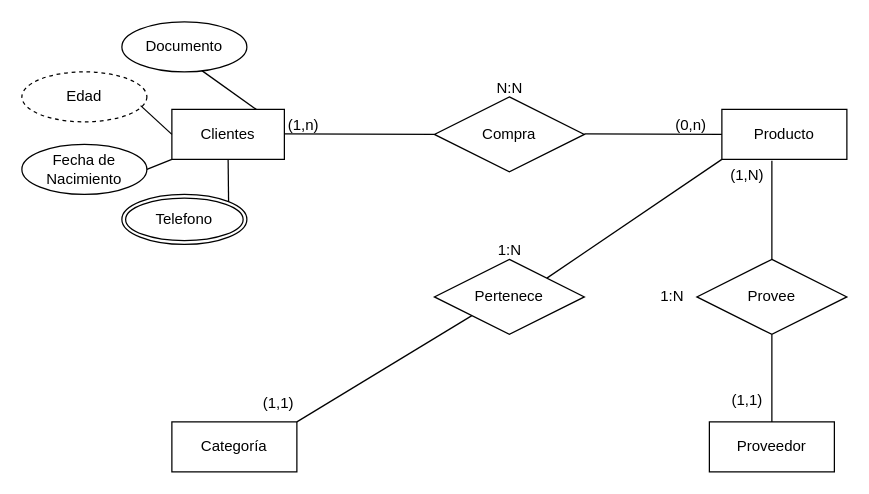
SebassX69/DiagramasDB keeps this draw.io diagram as DiagramaXerb.drawio. Above is the earlier version. Source tidied: cells renumbered, new cells numbered last; positions are measured from the earlier drawing's top-left corner, leaving out a move shared by most shapes. Both pictures are drawn from the tidied source at 125%, with x=0, y=0 at pixel (21, 21).
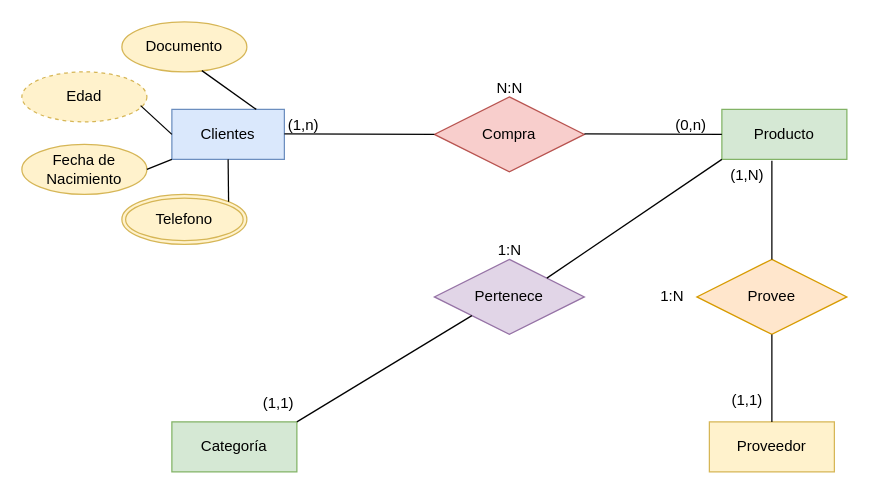
The same diagram, later.

Commit message:
Terminado con Colores

Diff of the diagram source:
```diff
@@
-    <mxCell id="2" value="Compra" style="shape=rhombus;perimeter=rhombusPerimeter;whiteSpace=wrap;html=1;align=center;" parent="1" vertex="1">
+    <mxCell id="2" value="Compra" style="shape=rhombus;perimeter=rhombusPerimeter;whiteSpace=wrap;html=1;align=center;fillColor=#f8cecc;strokeColor=#b85450;" parent="1" vertex="1">
       <mxGeometry x="330" y="60" width="120" height="60" as="geometry" />
     </mxCell>
-    <mxCell id="3" value="Clientes" style="whiteSpace=wrap;html=1;align=center;" parent="1" vertex="1">
+    <mxCell id="3" value="Clientes" style="whiteSpace=wrap;html=1;align=center;fillColor=#dae8fc;strokeColor=#6c8ebf;" parent="1" vertex="1">
       <mxGeometry x="120" y="70" width="90" height="40" as="geometry" />
     </mxCell>
-    <mxCell id="4" value="Producto" style="whiteSpace=wrap;html=1;align=center;" parent="1" vertex="1">
+    <mxCell id="4" value="Producto" style="whiteSpace=wrap;html=1;align=center;fillColor=#d5e8d4;strokeColor=#82b366;" parent="1" vertex="1">
       <mxGeometry x="560" y="70" width="100" height="40" as="geometry" />
     </mxCell>
@@
-    <mxCell id="10" value="Fecha de Nacimiento" style="ellipse;whiteSpace=wrap;html=1;align=center;" parent="1" vertex="1">
+    <mxCell id="10" value="Fecha de Nacimiento" style="ellipse;whiteSpace=wrap;html=1;align=center;fillColor=#fff2cc;strokeColor=#d6b656;" parent="1" vertex="1">
       <mxGeometry y="98" width="100" height="40" as="geometry" />
     </mxCell>
-    <mxCell id="11" value="Documento" style="ellipse;whiteSpace=wrap;html=1;align=center;" parent="1" vertex="1">
+    <mxCell id="11" value="Documento" style="ellipse;whiteSpace=wrap;html=1;align=center;fillColor=#fff2cc;strokeColor=#d6b656;" parent="1" vertex="1">
       <mxGeometry x="80" width="100" height="40" as="geometry" />
     </mxCell>
-    <mxCell id="12" value="Pertenece" style="shape=rhombus;perimeter=rhombusPerimeter;whiteSpace=wrap;html=1;align=center;" parent="1" vertex="1">
+    <mxCell id="12" value="Pertenece" style="shape=rhombus;perimeter=rhombusPerimeter;whiteSpace=wrap;html=1;align=center;fillColor=#e1d5e7;strokeColor=#9673a6;" parent="1" vertex="1">
       <mxGeometry x="330" y="190" width="120" height="60" as="geometry" />
     </mxCell>
-    <mxCell id="13" value="Provee" style="shape=rhombus;perimeter=rhombusPerimeter;whiteSpace=wrap;html=1;align=center;" parent="1" vertex="1">
+    <mxCell id="13" value="Provee" style="shape=rhombus;perimeter=rhombusPerimeter;whiteSpace=wrap;html=1;align=center;fillColor=#ffe6cc;strokeColor=#d79b00;" parent="1" vertex="1">
       <mxGeometry x="540" y="190" width="120" height="60" as="geometry" />
     </mxCell>
-    <mxCell id="14" value="Proveedor" style="whiteSpace=wrap;html=1;align=center;" parent="1" vertex="1">
+    <mxCell id="14" value="Proveedor" style="whiteSpace=wrap;html=1;align=center;fillColor=#fff2cc;strokeColor=#d6b656;" parent="1" vertex="1">
       <mxGeometry x="550" y="320" width="100" height="40" as="geometry" />
     </mxCell>
-    <mxCell id="15" value="Categoría" style="whiteSpace=wrap;html=1;align=center;" parent="1" vertex="1">
+    <mxCell id="15" value="Categoría" style="whiteSpace=wrap;html=1;align=center;fillColor=#d5e8d4;strokeColor=#82b366;" parent="1" vertex="1">
       <mxGeometry x="120" y="320" width="100" height="40" as="geometry" />
     </mxCell>
@@
-    <mxCell id="20" value="Edad" style="ellipse;whiteSpace=wrap;html=1;align=center;dashed=1;" parent="1" vertex="1">
+    <mxCell id="20" value="Edad" style="ellipse;whiteSpace=wrap;html=1;align=center;dashed=1;fillColor=#fff2cc;strokeColor=#d6b656;" parent="1" vertex="1">
       <mxGeometry y="40" width="100" height="40" as="geometry" />
     </mxCell>
-    <mxCell id="21" value="Telefono" style="ellipse;shape=doubleEllipse;margin=3;whiteSpace=wrap;html=1;align=center;" parent="1" vertex="1">
+    <mxCell id="21" value="Telefono" style="ellipse;shape=doubleEllipse;margin=3;whiteSpace=wrap;html=1;align=center;fillColor=#fff2cc;strokeColor=#d6b656;" parent="1" vertex="1">
       <mxGeometry x="80" y="138" width="100" height="40" as="geometry" />
     </mxCell>
```
